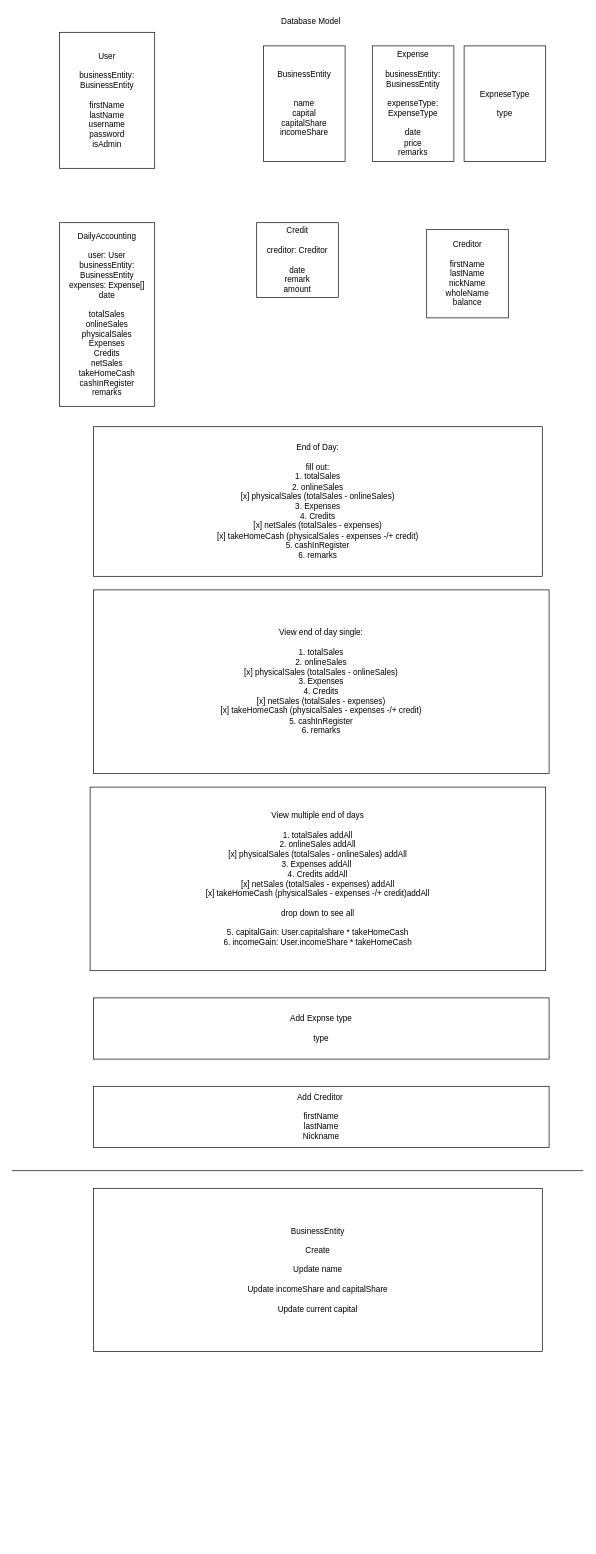
The draw.io diagram accounting-app.drawio in Jacob-Co/annyeong-accounting-app, before the edit. Source tidied: cells renumbered, new cells numbered last; positions are measured from the earlier drawing's top-left corner, leaving out a move shared by most shapes. Both pictures are drawn from the tidied source at 68%, with x=0, y=0 at pixel (12, 12).
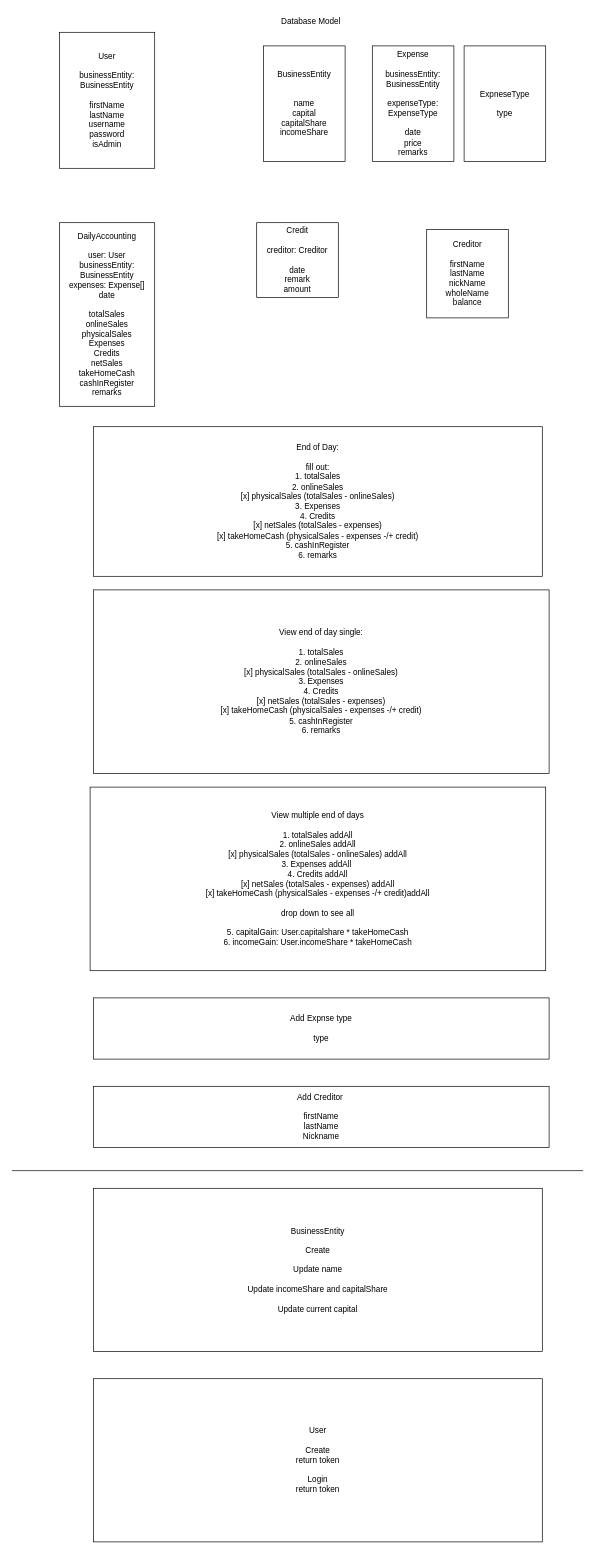
The same page after the edit.

Diff of the diagram source:
```diff
@@
 <mxGraphModel>
   <root>
     <mxCell id="0" />
     <mxCell id="1" parent="0" />
     <mxCell id="2" value="Database Model" style="text;html=1;strokeColor=none;fillColor=none;align=center;verticalAlign=middle;whiteSpace=wrap;rounded=0;" parent="1" vertex="1">
       <mxGeometry x="380" width="120" height="30" as="geometry" />
     </mxCell>
     <mxCell id="3" value="User&lt;br&gt;&lt;br&gt;businessEntity:&lt;br&gt;BusinessEntity&lt;br&gt;&lt;br&gt;firstName&lt;br&gt;lastName&lt;br&gt;username&lt;br&gt;password&lt;br&gt;isAdmin" style="rounded=0;whiteSpace=wrap;html=1;" parent="1" vertex="1">
       <mxGeometry x="70" y="30" width="140" height="200" as="geometry" />
     </mxCell>
     <mxCell id="4" value="DailyAccounting&lt;br&gt;&lt;br&gt;user: User&lt;br&gt;businessEntity:&lt;br&gt;BusinessEntity&lt;br&gt;expenses: Expense[]&lt;br&gt;date&lt;br&gt;&lt;br&gt;totalSales&lt;br&gt;onlineSales&lt;br&gt;physicalSales&lt;br&gt;Expenses&lt;br&gt;Credits&lt;br&gt;netSales&lt;br&gt;takeHomeCash&lt;br&gt;cashInRegister&lt;br&gt;remarks" style="rounded=0;whiteSpace=wrap;html=1;" parent="1" vertex="1">
       <mxGeometry x="70" y="310" width="140" height="270" as="geometry" />
     </mxCell>
     <mxCell id="5" value="Expense&lt;br&gt;&lt;br&gt;businessEntity:&lt;br&gt;BusinessEntity&lt;br&gt;&lt;br&gt;expenseType: ExpenseType&lt;br&gt;&lt;br&gt;date&lt;br&gt;price&lt;br&gt;remarks" style="rounded=0;whiteSpace=wrap;html=1;" parent="1" vertex="1">
       <mxGeometry x="530" y="50" width="120" height="170" as="geometry" />
     </mxCell>
     <mxCell id="6" value="BusinessEntity&lt;br&gt;&lt;br&gt;&lt;br&gt;name&lt;br&gt;capital&lt;br&gt;capitalShare&lt;br&gt;incomeShare" style="rounded=0;whiteSpace=wrap;html=1;" parent="1" vertex="1">
       <mxGeometry x="370" y="50" width="120" height="170" as="geometry" />
     </mxCell>
     <mxCell id="7" value="End of Day:&lt;br&gt;&lt;br&gt;fill out:&lt;br&gt;1. totalSales&lt;br&gt;2. onlineSales&lt;br&gt;[x] physicalSales (totalSales - onlineSales)&lt;br&gt;3. Expenses&lt;br&gt;4. Credits&lt;br&gt;[x] netSales (totalSales - expenses)&lt;br&gt;[x] takeHomeCash (physicalSales - expenses -/+ credit)&lt;br&gt;5. cashInRegister&lt;br&gt;6. remarks" style="rounded=0;whiteSpace=wrap;html=1;" parent="1" vertex="1">
       <mxGeometry x="120" y="610" width="660" height="220" as="geometry" />
     </mxCell>
     <mxCell id="8" value="Credit&lt;br&gt;&lt;br&gt;creditor: Creditor&lt;br&gt;&lt;br&gt;date&lt;br&gt;remark&lt;br&gt;amount" style="rounded=0;whiteSpace=wrap;html=1;" parent="1" vertex="1">
       <mxGeometry x="360" y="310" width="120" height="110" as="geometry" />
     </mxCell>
     <mxCell id="9" value="Creditor&lt;br&gt;&lt;br&gt;firstName&lt;br&gt;lastName&lt;br&gt;nickName&lt;br&gt;wholeName&lt;br&gt;balance" style="rounded=0;whiteSpace=wrap;html=1;" parent="1" vertex="1">
       <mxGeometry x="610" y="320" width="120" height="130" as="geometry" />
     </mxCell>
     <mxCell id="10" value="View end of day single:&lt;br&gt;&lt;br&gt;1. totalSales&lt;br&gt;2. onlineSales&lt;br&gt;[x] physicalSales (totalSales - onlineSales)&lt;br&gt;3. Expenses&lt;br&gt;4. Credits&lt;br&gt;[x] netSales (totalSales - expenses)&lt;br&gt;[x] takeHomeCash (physicalSales - expenses -/+ credit)&lt;br&gt;5. cashInRegister&lt;br&gt;6. remarks" style="rounded=0;whiteSpace=wrap;html=1;" parent="1" vertex="1">
       <mxGeometry x="120" y="850" width="670" height="270" as="geometry" />
     </mxCell>
     <mxCell id="11" value="View multiple end of days&lt;br&gt;&lt;br&gt;1. totalSales addAll&lt;br&gt;2. onlineSales addAll&lt;br&gt;[x] physicalSales (totalSales - onlineSales) addAll&lt;br&gt;3. Expenses addAll&amp;nbsp;&lt;br&gt;4. Credits addAll&lt;br&gt;[x] netSales (totalSales - expenses) addAll&lt;br&gt;[x] takeHomeCash (physicalSales - expenses -/+ credit)addAll&lt;br&gt;&lt;br&gt;drop down to see all&lt;br&gt;&lt;br&gt;5. capitalGain: User.capitalshare * takeHomeCash&lt;br&gt;6. incomeGain: User.incomeShare * takeHomeCash" style="rounded=0;whiteSpace=wrap;html=1;" parent="1" vertex="1">
       <mxGeometry x="115" y="1140" width="670" height="270" as="geometry" />
     </mxCell>
     <mxCell id="12" value="Add Expnse type&lt;br&gt;&lt;br&gt;type" style="rounded=0;whiteSpace=wrap;html=1;" parent="1" vertex="1">
       <mxGeometry x="120" y="1450" width="670" height="90" as="geometry" />
     </mxCell>
     <mxCell id="13" value="ExpneseType&lt;br&gt;&lt;br&gt;type" style="rounded=0;whiteSpace=wrap;html=1;" parent="1" vertex="1">
       <mxGeometry x="665" y="50" width="120" height="170" as="geometry" />
     </mxCell>
     <mxCell id="14" value="Add Creditor&amp;nbsp;&lt;br&gt;&lt;br&gt;firstName&lt;br&gt;lastName&lt;br&gt;Nickname" style="rounded=0;whiteSpace=wrap;html=1;" parent="1" vertex="1">
       <mxGeometry x="120" y="1580" width="670" height="90" as="geometry" />
     </mxCell>
     <mxCell id="15" style="endArrow=none;html=1;rounded=0;strokeColor=default;labelBackgroundColor=default;fontColor=default;" parent="1" edge="1">
       <mxGeometry relative="1" as="geometry">
         <mxPoint y="1704" as="sourcePoint" />
         <mxPoint x="840" y="1704" as="targetPoint" />
       </mxGeometry>
     </mxCell>
     <mxCell id="16" value="BusinessEntity&lt;br&gt;&lt;br&gt;Create&lt;br&gt;&lt;br&gt;Update name&lt;br&gt;&lt;br&gt;Update incomeShare and capitalShare&lt;br&gt;&lt;br&gt;Update current capital" style="rounded=0;whiteSpace=wrap;html=1;fontColor=default;fillColor=default;strokeColor=default;" parent="1" vertex="1">
       <mxGeometry x="120" y="1730" width="660" height="240" as="geometry" />
     </mxCell>
+    <mxCell id="17" value="User&lt;br&gt;&lt;br&gt;Create&lt;br&gt;return token&lt;br&gt;&lt;br&gt;Login&lt;br&gt;return token" style="rounded=0;whiteSpace=wrap;html=1;fontColor=default;fillColor=default;strokeColor=default;" parent="1" vertex="1">
+      <mxGeometry x="120" y="2010" width="660" height="240" as="geometry" />
+    </mxCell>
   </root>
 </mxGraphModel>
```
